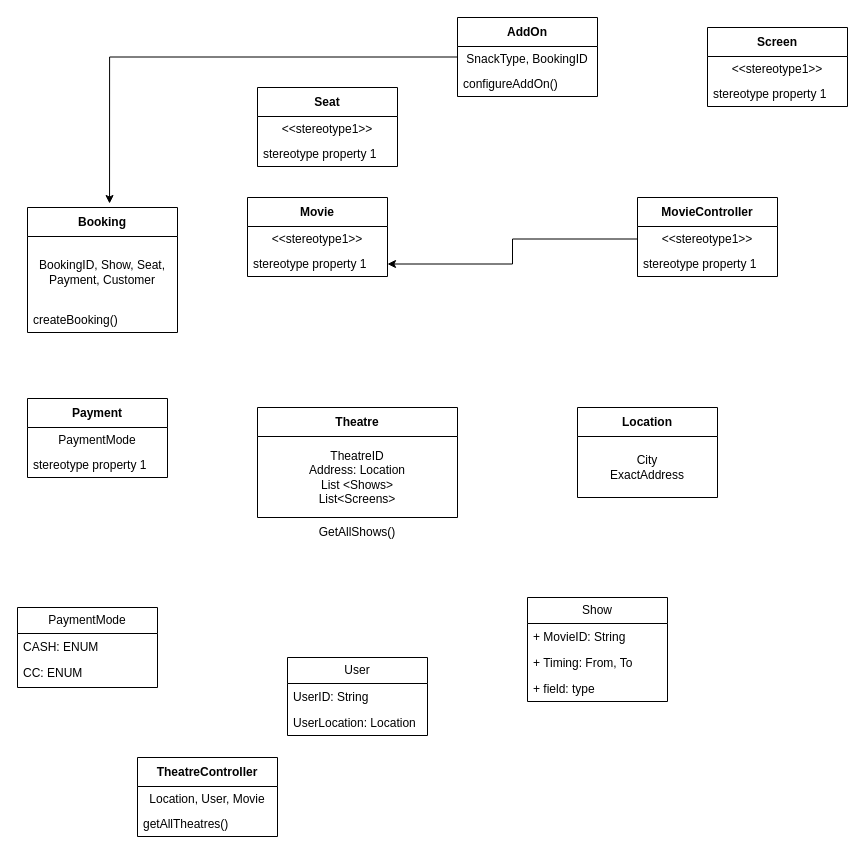
Earlier version of the draw.io diagram BookMyShow.drawio (krishnaagarwal1feb/LowLevelDesign). Source tidied: cells renumbered, new cells numbered last; positions are measured from the earlier drawing's top-left corner, leaving out a move shared by most shapes. Both pictures are drawn from the tidied source at 100%, with x=0, y=0 at pixel (17, 17).
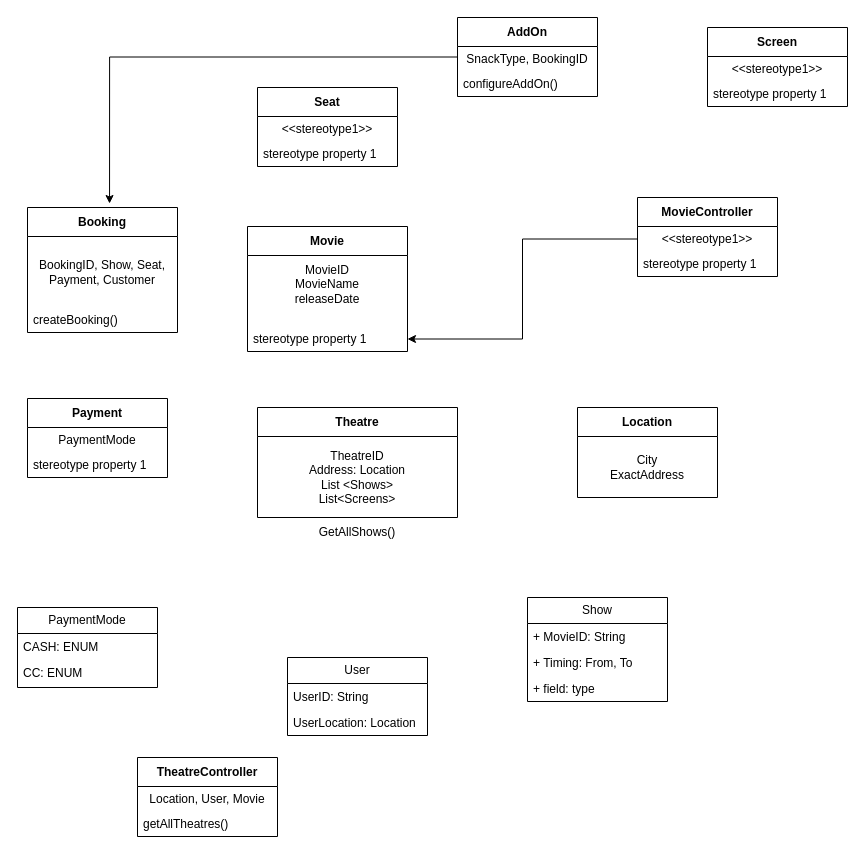
The same diagram, later.

Change to the diagram source:
```diff
@@
     <mxCell id="2" value="Movie" style="swimlane;fontStyle=1;align=center;verticalAlign=middle;horizontal=1;startSize=29;html=1;whiteSpace=wrap;" parent="1" vertex="1">
-      <mxGeometry x="230" y="180" width="140" height="79" as="geometry" />
+      <mxGeometry x="230" y="209" width="160" height="125" as="geometry" />
     </mxCell>
-    <mxCell id="3" value="&amp;lt;&amp;lt;stereotype1&amp;gt;&amp;gt;" style="text;html=1;strokeColor=none;fillColor=none;align=center;verticalAlign=middle;spacingLeft=4;spacingRight=4;overflow=hidden;whiteSpace=wrap;" parent="2" vertex="1">
-      <mxGeometry y="29" width="140" height="25" as="geometry" />
+    <mxCell id="3" value="MovieID&lt;br&gt;MovieName&lt;div&gt;releaseDate&lt;/div&gt;&lt;div&gt;&lt;br&gt;&lt;/div&gt;" style="text;html=1;strokeColor=none;fillColor=none;align=center;verticalAlign=middle;spacingLeft=4;spacingRight=4;overflow=hidden;whiteSpace=wrap;" parent="2" vertex="1">
+      <mxGeometry y="29" width="160" height="71" as="geometry" />
     </mxCell>
     <mxCell id="4" value="stereotype property 1" style="text;html=1;strokeColor=none;fillColor=none;align=left;verticalAlign=middle;spacingLeft=4;spacingRight=4;overflow=hidden;points=[[0,0.5],[1,0.5]];portConstraint=eastwest;whiteSpace=wrap;" parent="2" vertex="1">
-      <mxGeometry y="54" width="140" height="25" as="geometry" />
+      <mxGeometry y="100" width="160" height="25" as="geometry" />
     </mxCell>
```
